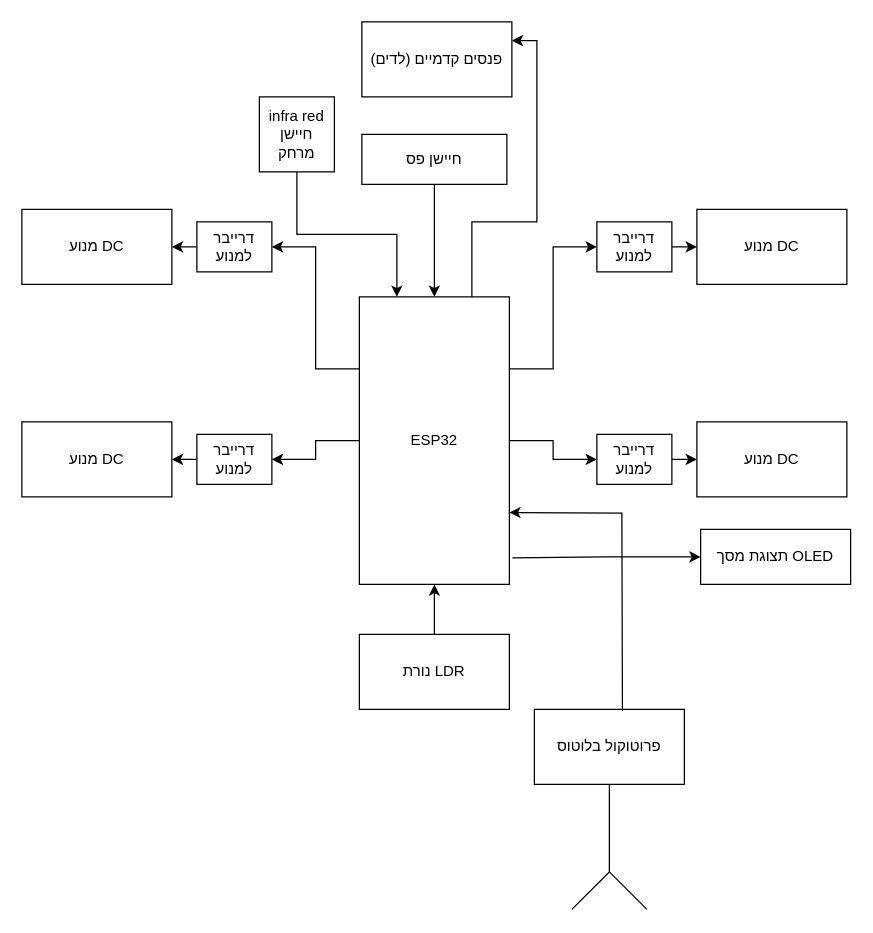
Earlier version of the draw.io diagram _תרשים מלבנים סלייב מעודכן.drawio (ShellySlavutin/Communication-of-two-autonomous-vehicles). Source tidied: cells renumbered, new cells numbered last; positions are measured from the earlier drawing's top-left corner, leaving out a move shared by most shapes. Both pictures are drawn from the tidied source at 125%, with x=0, y=0 at pixel (21, 21).
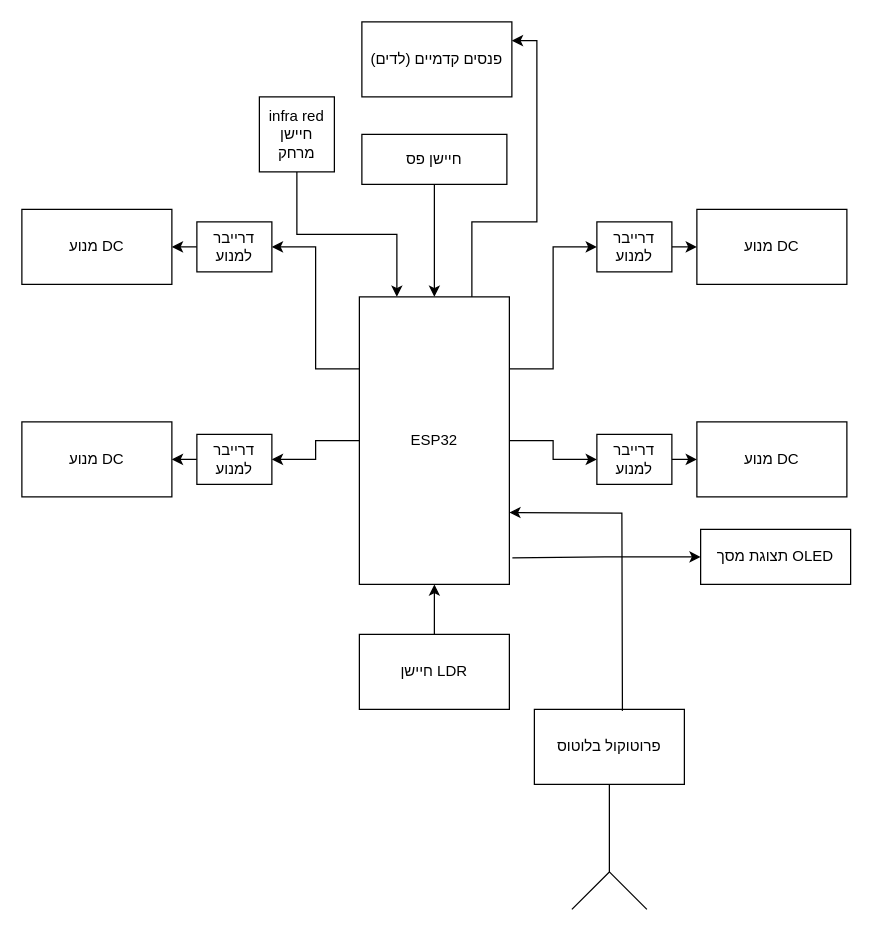
The same page after the edit.

Change to the diagram source:
```diff
@@
-    <mxCell id="11" value="נורת LDR" style="rounded=0;whiteSpace=wrap;html=1;" parent="1" vertex="1">
+    <mxCell id="11" value="חיישן LDR" style="rounded=0;whiteSpace=wrap;html=1;" parent="1" vertex="1">
       <mxGeometry x="270" y="490" width="120" height="60" as="geometry" />
     </mxCell>
```
